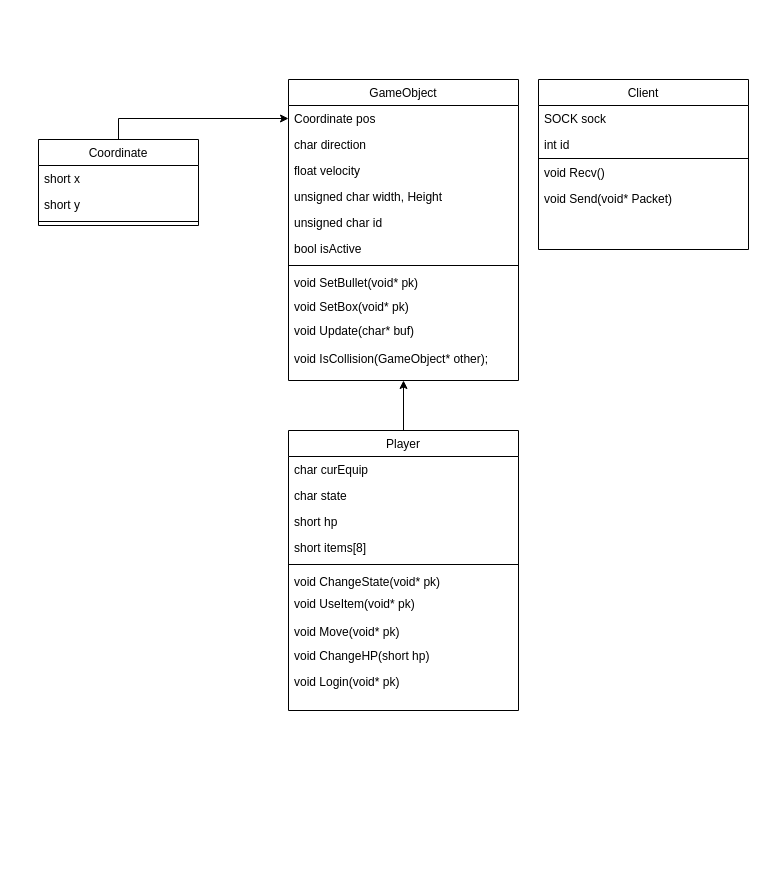
Earlier version of the draw.io diagram 기획서 자료/server_class_diagram.drawio (kakik/agari). Source tidied: cells renumbered, new cells numbered last; positions are measured from the earlier drawing's top-left corner, leaving out a move shared by most shapes. Both pictures are drawn from the tidied source at 100%, with x=0, y=0 at pixel (38, 79).
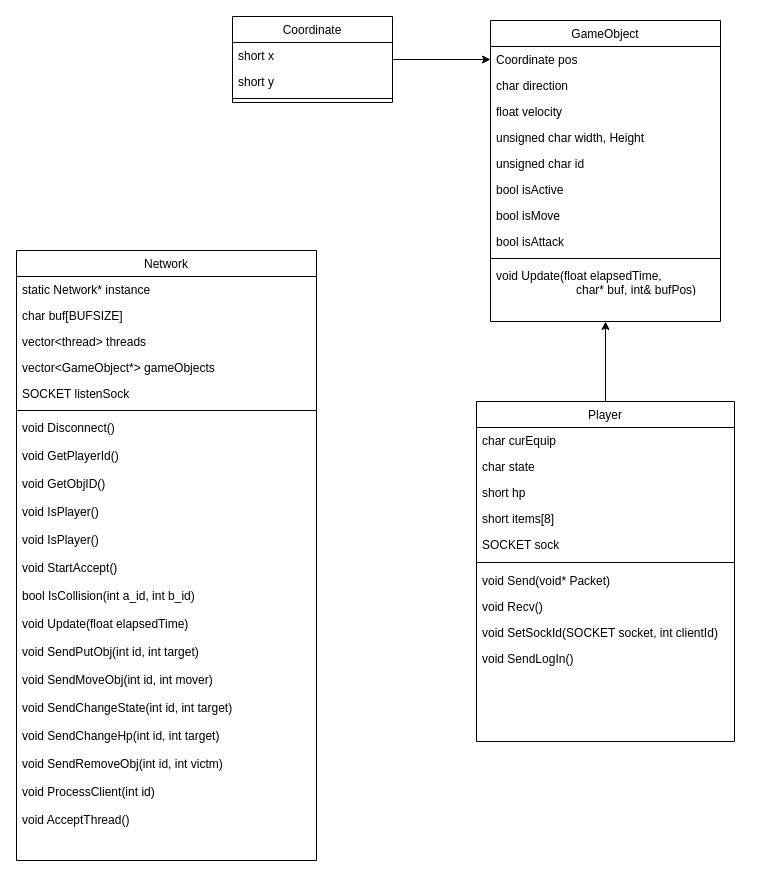
The same page after the edit.

What changed in the source:
```diff
@@
     <mxCell id="3" value="Player" style="swimlane;fontStyle=0;align=center;verticalAlign=top;horizontal=1;startSize=26;rounded=0;shadow=0;strokeWidth=1;" parent="1" vertex="1">
-      <mxGeometry x="250" y="351" width="230" height="280" as="geometry" />
+      <mxGeometry x="438" y="322" width="258" height="340" as="geometry" />
     </mxCell>
     <mxCell id="4" value="char curEquip" style="text;align=left;verticalAlign=top;spacingLeft=4;spacingRight=4;overflow=hidden;rounded=0;shadow=0;html=0;" parent="3" vertex="1">
-      <mxGeometry y="26" width="230" height="26" as="geometry" />
+      <mxGeometry y="26" width="258" height="26" as="geometry" />
     </mxCell>
     <mxCell id="5" value="char state" style="text;align=left;verticalAlign=top;spacingLeft=4;spacingRight=4;overflow=hidden;rounded=0;shadow=0;html=0;" parent="3" vertex="1">
-      <mxGeometry y="52" width="230" height="26" as="geometry" />
+      <mxGeometry y="52" width="258" height="26" as="geometry" />
     </mxCell>
     <mxCell id="6" value="short hp" style="text;align=left;verticalAlign=top;spacingLeft=4;spacingRight=4;overflow=hidden;rounded=0;shadow=0;html=0;" parent="3" vertex="1">
-      <mxGeometry y="78" width="230" height="26" as="geometry" />
+      <mxGeometry y="78" width="258" height="26" as="geometry" />
     </mxCell>
     <mxCell id="7" value="short items[8]" style="text;align=left;verticalAlign=top;spacingLeft=4;spacingRight=4;overflow=hidden;rounded=0;shadow=0;html=0;" parent="3" vertex="1">
-      <mxGeometry y="104" width="230" height="26" as="geometry" />
+      <mxGeometry y="104" width="258" height="26" as="geometry" />
     </mxCell>
+    <mxCell id="37" value="SOCKET sock" style="text;align=left;verticalAlign=top;spacingLeft=4;spacingRight=4;overflow=hidden;rounded=0;shadow=0;html=0;" parent="3" vertex="1">
+      <mxGeometry y="130" width="258" height="26" as="geometry" />
+    </mxCell>
     <mxCell id="8" style="line;html=1;strokeWidth=1;align=left;verticalAlign=middle;spacingTop=-1;spacingLeft=3;spacingRight=3;labelPosition=right;" parent="3" vertex="1">
-      <mxGeometry y="130" width="230" height="8" as="geometry" />
+      <mxGeometry y="156" width="258" height="10" as="geometry" />
     </mxCell>
-    <mxCell id="9" value="void ChangeState(void* pk)" style="text;align=left;verticalAlign=top;spacingLeft=4;spacingRight=4;overflow=hidden;" parent="3" vertex="1">
-      <mxGeometry y="138" width="230" height="22" as="geometry" />
-    </mxCell>
-    <mxCell id="10" value="void UseItem(void* pk)" style="text;align=left;verticalAlign=top;spacingLeft=4;spacingRight=4;overflow=hidden;rounded=0;shadow=0;html=0;" parent="3" vertex="1">
-      <mxGeometry y="160" width="230" height="28" as="geometry" />
-    </mxCell>
-    <mxCell id="11" value="void Move(void* pk)" style="text;align=left;verticalAlign=top;spacingLeft=4;spacingRight=4;overflow=hidden;rounded=0;shadow=0;html=0;" parent="3" vertex="1">
-      <mxGeometry y="188" width="230" height="24" as="geometry" />
-    </mxCell>
-    <mxCell id="12" value="void ChangeHP(short hp)" style="text;align=left;verticalAlign=top;spacingLeft=4;spacingRight=4;overflow=hidden;" parent="3" vertex="1">
-      <mxGeometry y="212" width="230" height="26" as="geometry" />
-    </mxCell>
-    <mxCell id="13" value="void Login(void* pk)" style="text;align=left;verticalAlign=top;spacingLeft=4;spacingRight=4;overflow=hidden;rounded=0;shadow=0;html=0;" parent="3" vertex="1">
-      <mxGeometry y="238" width="230" height="24" as="geometry" />
-    </mxCell>
+    <mxCell id="36" value="void Send(void* Packet)" style="text;align=left;verticalAlign=top;spacingLeft=4;spacingRight=4;overflow=hidden;rounded=0;shadow=0;html=0;" parent="3" vertex="1">
+      <mxGeometry y="166" width="258" height="26" as="geometry" />
+    </mxCell>
+    <mxCell id="35" value="void Recv()" style="text;align=left;verticalAlign=top;spacingLeft=4;spacingRight=4;overflow=hidden;rounded=0;shadow=0;html=0;" parent="3" vertex="1">
+      <mxGeometry y="192" width="258" height="26" as="geometry" />
+    </mxCell>
+    <mxCell id="38" value="void SetSockId(SOCKET socket, int clientId)" style="text;align=left;verticalAlign=top;spacingLeft=4;spacingRight=4;overflow=hidden;rounded=0;shadow=0;html=0;" parent="3" vertex="1">
+      <mxGeometry y="218" width="258" height="26" as="geometry" />
+    </mxCell>
+    <mxCell id="39" value="void SendLogIn()" style="text;align=left;verticalAlign=top;spacingLeft=4;spacingRight=4;overflow=hidden;rounded=0;shadow=0;html=0;" parent="3" vertex="1">
+      <mxGeometry y="244" width="258" height="26" as="geometry" />
+    </mxCell>
@@
     <mxCell id="15" value="Coordinate" style="swimlane;fontStyle=0;align=center;verticalAlign=top;horizontal=1;startSize=26;rounded=0;shadow=0;strokeWidth=1;" parent="1" vertex="1">
-      <mxGeometry y="60" width="160" height="86" as="geometry" />
+      <mxGeometry x="194" y="-63" width="160" height="86" as="geometry" />
     </mxCell>
@@
     <mxCell id="19" value="GameObject" style="swimlane;fontStyle=0;align=center;verticalAlign=top;horizontal=1;startSize=26;rounded=0;shadow=0;strokeWidth=1;" parent="1" vertex="1">
-      <mxGeometry x="250" width="230" height="301" as="geometry" />
+      <mxGeometry x="452" y="-59" width="230" height="301" as="geometry" />
     </mxCell>
@@
+    <mxCell id="40" value="bool isMove" style="text;align=left;verticalAlign=top;spacingLeft=4;spacingRight=4;overflow=hidden;" parent="19" vertex="1">
+      <mxGeometry y="182" width="230" height="26" as="geometry" />
+    </mxCell>
+    <mxCell id="41" value="bool isAttack" style="text;align=left;verticalAlign=top;spacingLeft=4;spacingRight=4;overflow=hidden;" parent="19" vertex="1">
+      <mxGeometry y="208" width="230" height="26" as="geometry" />
+    </mxCell>
     <mxCell id="26" style="line;html=1;strokeWidth=1;align=left;verticalAlign=middle;spacingTop=-1;spacingLeft=3;spacingRight=3;labelPosition=right;" parent="19" vertex="1">
-      <mxGeometry y="182" width="230" height="8" as="geometry" />
+      <mxGeometry y="234" width="230" height="8" as="geometry" />
     </mxCell>
-    <mxCell id="27" value="void SetBullet(void* pk)" style="text;align=left;verticalAlign=top;spacingLeft=4;spacingRight=4;overflow=hidden;rounded=0;shadow=0;html=0;" parent="19" vertex="1">
-      <mxGeometry y="190" width="230" height="24" as="geometry" />
-    </mxCell>
-    <mxCell id="28" value="void SetBox(void* pk)" style="text;align=left;verticalAlign=top;spacingLeft=4;spacingRight=4;overflow=hidden;rounded=0;shadow=0;html=0;" parent="19" vertex="1">
-      <mxGeometry y="214" width="230" height="24" as="geometry" />
-    </mxCell>
-    <mxCell id="29" value="void Update(char* buf)" style="text;align=left;verticalAlign=top;spacingLeft=4;spacingRight=4;overflow=hidden;rounded=0;shadow=0;html=0;" parent="19" vertex="1">
-      <mxGeometry y="238" width="230" height="28" as="geometry" />
+    <mxCell id="29" value="void Update(float elapsedTime, &#10;                        char* buf, int&amp; bufPos)" style="text;align=left;verticalAlign=top;spacingLeft=4;spacingRight=4;overflow=hidden;rounded=0;shadow=0;html=0;" parent="19" vertex="1">
+      <mxGeometry y="242" width="230" height="28" as="geometry" />
     </mxCell>
-    <mxCell id="30" value="void IsCollision(GameObject* other);" style="text;align=left;verticalAlign=top;spacingLeft=4;spacingRight=4;overflow=hidden;rounded=0;shadow=0;html=0;" parent="19" vertex="1">
-      <mxGeometry y="266" width="230" height="28" as="geometry" />
-    </mxCell>
-    <mxCell id="31" value="Client&#10;" style="swimlane;fontStyle=0;align=center;verticalAlign=top;horizontal=1;startSize=26;rounded=0;shadow=0;strokeWidth=1;" parent="1" vertex="1">
-      <mxGeometry x="500" width="210" height="170" as="geometry" />
-    </mxCell>
-    <mxCell id="32" value="SOCK sock" style="text;align=left;verticalAlign=top;spacingLeft=4;spacingRight=4;overflow=hidden;rounded=0;shadow=0;html=0;" parent="31" vertex="1">
-      <mxGeometry y="26" width="210" height="26" as="geometry" />
-    </mxCell>
-    <mxCell id="33" value="int id" style="text;align=left;verticalAlign=top;spacingLeft=4;spacingRight=4;overflow=hidden;rounded=0;shadow=0;html=0;" parent="31" vertex="1">
-      <mxGeometry y="52" width="210" height="26" as="geometry" />
-    </mxCell>
-    <mxCell id="34" style="line;html=1;strokeWidth=1;align=left;verticalAlign=middle;spacingTop=-1;spacingLeft=3;spacingRight=3;labelPosition=right;" parent="31" vertex="1">
-      <mxGeometry y="78" width="210" height="2" as="geometry" />
-    </mxCell>
-    <mxCell id="35" value="void Recv()" style="text;align=left;verticalAlign=top;spacingLeft=4;spacingRight=4;overflow=hidden;rounded=0;shadow=0;html=0;" parent="31" vertex="1">
-      <mxGeometry y="80" width="210" height="26" as="geometry" />
-    </mxCell>
-    <mxCell id="36" value="void Send(void* Packet)" style="text;align=left;verticalAlign=top;spacingLeft=4;spacingRight=4;overflow=hidden;rounded=0;shadow=0;html=0;" parent="31" vertex="1">
-      <mxGeometry y="106" width="210" height="26" as="geometry" />
-    </mxCell>
+    <mxCell id="42" value="Network" style="swimlane;fontStyle=0;align=center;verticalAlign=top;horizontal=1;startSize=26;rounded=0;shadow=0;strokeWidth=1;" parent="1" vertex="1">
+      <mxGeometry x="-22" y="171" width="300" height="610" as="geometry" />
+    </mxCell>
+    <mxCell id="43" value="static Network* instance" style="text;align=left;verticalAlign=top;spacingLeft=4;spacingRight=4;overflow=hidden;rounded=0;shadow=0;html=0;" parent="42" vertex="1">
+      <mxGeometry y="26" width="300" height="26" as="geometry" />
+    </mxCell>
+    <mxCell id="44" value="char buf[BUFSIZE]" style="text;align=left;verticalAlign=top;spacingLeft=4;spacingRight=4;overflow=hidden;rounded=0;shadow=0;html=0;" parent="42" vertex="1">
+      <mxGeometry y="52" width="300" height="26" as="geometry" />
+    </mxCell>
+    <mxCell id="45" value="vector&lt;thread&gt; threads" style="text;align=left;verticalAlign=top;spacingLeft=4;spacingRight=4;overflow=hidden;" parent="42" vertex="1">
+      <mxGeometry y="78" width="300" height="26" as="geometry" />
+    </mxCell>
+    <mxCell id="46" value="vector&lt;GameObject*&gt; gameObjects" style="text;align=left;verticalAlign=top;spacingLeft=4;spacingRight=4;overflow=hidden;" parent="42" vertex="1">
+      <mxGeometry y="104" width="300" height="26" as="geometry" />
+    </mxCell>
+    <mxCell id="47" value="SOCKET listenSock" style="text;align=left;verticalAlign=top;spacingLeft=4;spacingRight=4;overflow=hidden;" parent="42" vertex="1">
+      <mxGeometry y="130" width="300" height="26" as="geometry" />
+    </mxCell>
+    <mxCell id="48" style="line;html=1;strokeWidth=1;align=left;verticalAlign=middle;spacingTop=-1;spacingLeft=3;spacingRight=3;labelPosition=right;" parent="42" vertex="1">
+      <mxGeometry y="156" width="300" height="8" as="geometry" />
+    </mxCell>
+    <mxCell id="49" value="void Disconnect()" style="text;align=left;verticalAlign=top;spacingLeft=4;spacingRight=4;overflow=hidden;rounded=0;shadow=0;html=0;" parent="42" vertex="1">
+      <mxGeometry y="164" width="300" height="28" as="geometry" />
+    </mxCell>
+    <mxCell id="50" value="void GetPlayerId()" style="text;align=left;verticalAlign=top;spacingLeft=4;spacingRight=4;overflow=hidden;rounded=0;shadow=0;html=0;" parent="42" vertex="1">
+      <mxGeometry y="192" width="300" height="28" as="geometry" />
+    </mxCell>
+    <mxCell id="51" value="void GetObjID()" style="text;align=left;verticalAlign=top;spacingLeft=4;spacingRight=4;overflow=hidden;rounded=0;shadow=0;html=0;" parent="42" vertex="1">
+      <mxGeometry y="220" width="300" height="28" as="geometry" />
+    </mxCell>
+    <mxCell id="52" value="void IsPlayer()" style="text;align=left;verticalAlign=top;spacingLeft=4;spacingRight=4;overflow=hidden;rounded=0;shadow=0;html=0;" parent="42" vertex="1">
+      <mxGeometry y="248" width="300" height="28" as="geometry" />
+    </mxCell>
+    <mxCell id="53" value="void IsPlayer()" style="text;align=left;verticalAlign=top;spacingLeft=4;spacingRight=4;overflow=hidden;rounded=0;shadow=0;html=0;" parent="42" vertex="1">
+      <mxGeometry y="276" width="300" height="28" as="geometry" />
+    </mxCell>
+    <mxCell id="54" value="void StartAccept()" style="text;align=left;verticalAlign=top;spacingLeft=4;spacingRight=4;overflow=hidden;rounded=0;shadow=0;html=0;" parent="42" vertex="1">
+      <mxGeometry y="304" width="300" height="28" as="geometry" />
+    </mxCell>
+    <mxCell id="55" value="bool IsCollision(int a_id, int b_id)" style="text;align=left;verticalAlign=top;spacingLeft=4;spacingRight=4;overflow=hidden;rounded=0;shadow=0;html=0;" parent="42" vertex="1">
+      <mxGeometry y="332" width="300" height="28" as="geometry" />
+    </mxCell>
+    <mxCell id="56" value="void Update(float elapsedTime)" style="text;align=left;verticalAlign=top;spacingLeft=4;spacingRight=4;overflow=hidden;rounded=0;shadow=0;html=0;" parent="42" vertex="1">
+      <mxGeometry y="360" width="300" height="28" as="geometry" />
+    </mxCell>
+    <mxCell id="57" value="void SendPutObj(int id, int target)" style="text;align=left;verticalAlign=top;spacingLeft=4;spacingRight=4;overflow=hidden;rounded=0;shadow=0;html=0;" parent="42" vertex="1">
+      <mxGeometry y="388" width="300" height="28" as="geometry" />
+    </mxCell>
+    <mxCell id="58" value="void SendMoveObj(int id, int mover)" style="text;align=left;verticalAlign=top;spacingLeft=4;spacingRight=4;overflow=hidden;rounded=0;shadow=0;html=0;" parent="42" vertex="1">
+      <mxGeometry y="416" width="300" height="28" as="geometry" />
+    </mxCell>
+    <mxCell id="59" value="void SendChangeState(int id, int target)" style="text;align=left;verticalAlign=top;spacingLeft=4;spacingRight=4;overflow=hidden;rounded=0;shadow=0;html=0;" parent="42" vertex="1">
+      <mxGeometry y="444" width="300" height="28" as="geometry" />
+    </mxCell>
+    <mxCell id="60" value="void SendChangeHp(int id, int target)" style="text;align=left;verticalAlign=top;spacingLeft=4;spacingRight=4;overflow=hidden;rounded=0;shadow=0;html=0;" parent="42" vertex="1">
+      <mxGeometry y="472" width="300" height="28" as="geometry" />
+    </mxCell>
+    <mxCell id="61" value="void SendRemoveObj(int id, int victm)" style="text;align=left;verticalAlign=top;spacingLeft=4;spacingRight=4;overflow=hidden;rounded=0;shadow=0;html=0;" parent="42" vertex="1">
+      <mxGeometry y="500" width="300" height="28" as="geometry" />
+    </mxCell>
+    <mxCell id="62" value="void ProcessClient(int id)" style="text;align=left;verticalAlign=top;spacingLeft=4;spacingRight=4;overflow=hidden;rounded=0;shadow=0;html=0;" parent="42" vertex="1">
+      <mxGeometry y="528" width="300" height="28" as="geometry" />
+    </mxCell>
+    <mxCell id="63" value="void AcceptThread()" style="text;align=left;verticalAlign=top;spacingLeft=4;spacingRight=4;overflow=hidden;rounded=0;shadow=0;html=0;" parent="42" vertex="1">
+      <mxGeometry y="556" width="300" height="28" as="geometry" />
+    </mxCell>
```
